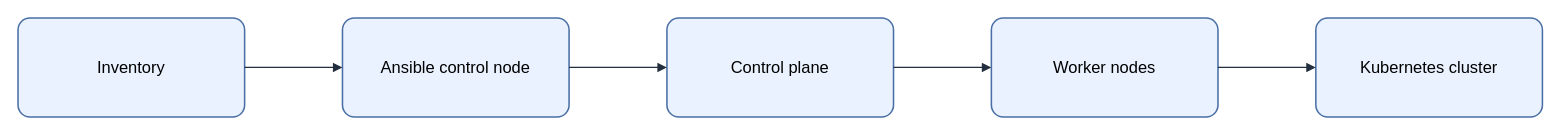
This is assets/img/iac/ansible-kubernetes-bootstrap.drawio from KKamJi98/kkamji98.github.io, a draw.io file, before an edit. Source tidied: cells renumbered, new cells numbered last; positions are measured from the earlier drawing's top-left corner, leaving out a move shared by most shapes. Both pictures are drawn from the tidied source at 103%, with x=0, y=0 at pixel (18, 18).
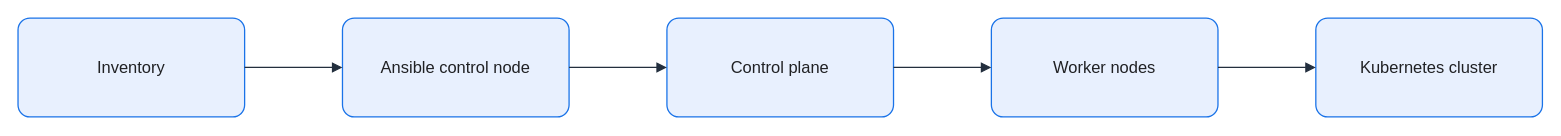
After the change.

What changed in the source:
```diff
@@
 <mxGraphModel background="#FFFFFF">
   <root>
     <mxCell id="0" />
     <mxCell id="1" parent="0" />
-    <mxCell id="2" value="Inventory" style="rounded=1;arcSize=12;whiteSpace=wrap;html=0;fillColor=#EAF2FF;strokeColor=#4A6FA5;strokeWidth=1.5;fontColor=#000000;fontSize=16;align=center;verticalAlign=middle;spacing=8;shadow=0;" parent="1" vertex="1">
+    <mxCell id="2" value="Inventory" style="rounded=1;arcSize=12;whiteSpace=wrap;html=0;fillColor=#E8F0FE;strokeColor=#1A73E8;strokeWidth=1.25;fontColor=#202124;fontSize=16;align=center;verticalAlign=middle;spacing=8;shadow=0;" parent="1" vertex="1">
       <mxGeometry width="220" height="96" as="geometry" />
     </mxCell>
-    <mxCell id="3" value="Ansible control node" style="rounded=1;arcSize=12;whiteSpace=wrap;html=0;fillColor=#EAF2FF;strokeColor=#4A6FA5;strokeWidth=1.5;fontColor=#000000;fontSize=16;align=center;verticalAlign=middle;spacing=8;shadow=0;" parent="1" vertex="1">
+    <mxCell id="3" value="Ansible control node" style="rounded=1;arcSize=12;whiteSpace=wrap;html=0;fillColor=#E8F0FE;strokeColor=#1A73E8;strokeWidth=1.25;fontColor=#202124;fontSize=16;align=center;verticalAlign=middle;spacing=8;shadow=0;" parent="1" vertex="1">
       <mxGeometry x="315" width="220" height="96" as="geometry" />
     </mxCell>
-    <mxCell id="4" value="Control plane" style="rounded=1;arcSize=12;whiteSpace=wrap;html=0;fillColor=#EAF2FF;strokeColor=#4A6FA5;strokeWidth=1.5;fontColor=#000000;fontSize=16;align=center;verticalAlign=middle;spacing=8;shadow=0;" parent="1" vertex="1">
+    <mxCell id="4" value="Control plane" style="rounded=1;arcSize=12;whiteSpace=wrap;html=0;fillColor=#E8F0FE;strokeColor=#1A73E8;strokeWidth=1.25;fontColor=#202124;fontSize=16;align=center;verticalAlign=middle;spacing=8;shadow=0;" parent="1" vertex="1">
       <mxGeometry x="630" width="220" height="96" as="geometry" />
     </mxCell>
-    <mxCell id="5" value="Worker nodes" style="rounded=1;arcSize=12;whiteSpace=wrap;html=0;fillColor=#EAF2FF;strokeColor=#4A6FA5;strokeWidth=1.5;fontColor=#000000;fontSize=16;align=center;verticalAlign=middle;spacing=8;shadow=0;" parent="1" vertex="1">
+    <mxCell id="5" value="Worker nodes" style="rounded=1;arcSize=12;whiteSpace=wrap;html=0;fillColor=#E8F0FE;strokeColor=#1A73E8;strokeWidth=1.25;fontColor=#202124;fontSize=16;align=center;verticalAlign=middle;spacing=8;shadow=0;" parent="1" vertex="1">
       <mxGeometry x="945" width="220" height="96" as="geometry" />
     </mxCell>
-    <mxCell id="6" value="Kubernetes cluster" style="rounded=1;arcSize=12;whiteSpace=wrap;html=0;fillColor=#EAF2FF;strokeColor=#4A6FA5;strokeWidth=1.5;fontColor=#000000;fontSize=16;align=center;verticalAlign=middle;spacing=8;shadow=0;" parent="1" vertex="1">
+    <mxCell id="6" value="Kubernetes cluster" style="rounded=1;arcSize=12;whiteSpace=wrap;html=0;fillColor=#E8F0FE;strokeColor=#1A73E8;strokeWidth=1.25;fontColor=#202124;fontSize=16;align=center;verticalAlign=middle;spacing=8;shadow=0;" parent="1" vertex="1">
       <mxGeometry x="1260" width="220" height="96" as="geometry" />
     </mxCell>
-    <mxCell id="7" style="edgeStyle=orthogonalEdgeStyle;rounded=0;jettySize=auto;html=0;endArrow=block;endFill=1;strokeColor=#232F3E;strokeWidth=1.25;fontColor=#000000;labelBackgroundColor=none;exitX=1;exitY=0.5;exitDx=0;exitDy=0;entryX=0;entryY=0.5;entryDx=0;entryDy=0;" parent="1" edge="1" source="2" target="3">
+    <mxCell id="7" style="edgeStyle=orthogonalEdgeStyle;rounded=0;jettySize=auto;html=0;endArrow=block;endFill=1;strokeColor=#232F3E;strokeWidth=1.25;fontColor=#202124;labelBackgroundColor=none;exitX=1;exitY=0.5;exitDx=0;exitDy=0;entryX=0;entryY=0.5;entryDx=0;entryDy=0;endSize=7;" parent="1" edge="1" source="2" target="3">
       <mxGeometry relative="1" as="geometry" />
     </mxCell>
-    <mxCell id="8" style="edgeStyle=orthogonalEdgeStyle;rounded=0;jettySize=auto;html=0;endArrow=block;endFill=1;strokeColor=#232F3E;strokeWidth=1.25;fontColor=#000000;labelBackgroundColor=none;exitX=1;exitY=0.5;exitDx=0;exitDy=0;entryX=0;entryY=0.5;entryDx=0;entryDy=0;" parent="1" edge="1" source="3" target="4">
+    <mxCell id="8" style="edgeStyle=orthogonalEdgeStyle;rounded=0;jettySize=auto;html=0;endArrow=block;endFill=1;strokeColor=#232F3E;strokeWidth=1.25;fontColor=#202124;labelBackgroundColor=none;exitX=1;exitY=0.5;exitDx=0;exitDy=0;entryX=0;entryY=0.5;entryDx=0;entryDy=0;endSize=7;" parent="1" edge="1" source="3" target="4">
       <mxGeometry relative="1" as="geometry" />
     </mxCell>
-    <mxCell id="9" style="edgeStyle=orthogonalEdgeStyle;rounded=0;jettySize=auto;html=0;endArrow=block;endFill=1;strokeColor=#232F3E;strokeWidth=1.25;fontColor=#000000;labelBackgroundColor=none;exitX=1;exitY=0.5;exitDx=0;exitDy=0;entryX=0;entryY=0.5;entryDx=0;entryDy=0;" parent="1" edge="1" source="4" target="5">
+    <mxCell id="9" style="edgeStyle=orthogonalEdgeStyle;rounded=0;jettySize=auto;html=0;endArrow=block;endFill=1;strokeColor=#232F3E;strokeWidth=1.25;fontColor=#202124;labelBackgroundColor=none;exitX=1;exitY=0.5;exitDx=0;exitDy=0;entryX=0;entryY=0.5;entryDx=0;entryDy=0;endSize=7;" parent="1" edge="1" source="4" target="5">
       <mxGeometry relative="1" as="geometry" />
     </mxCell>
-    <mxCell id="10" style="edgeStyle=orthogonalEdgeStyle;rounded=0;jettySize=auto;html=0;endArrow=block;endFill=1;strokeColor=#232F3E;strokeWidth=1.25;fontColor=#000000;labelBackgroundColor=none;exitX=1;exitY=0.5;exitDx=0;exitDy=0;entryX=0;entryY=0.5;entryDx=0;entryDy=0;" parent="1" edge="1" source="5" target="6">
+    <mxCell id="10" style="edgeStyle=orthogonalEdgeStyle;rounded=0;jettySize=auto;html=0;endArrow=block;endFill=1;strokeColor=#232F3E;strokeWidth=1.25;fontColor=#202124;labelBackgroundColor=none;exitX=1;exitY=0.5;exitDx=0;exitDy=0;entryX=0;entryY=0.5;entryDx=0;entryDy=0;endSize=7;" parent="1" edge="1" source="5" target="6">
       <mxGeometry relative="1" as="geometry" />
     </mxCell>
   </root>
 </mxGraphModel>
```
